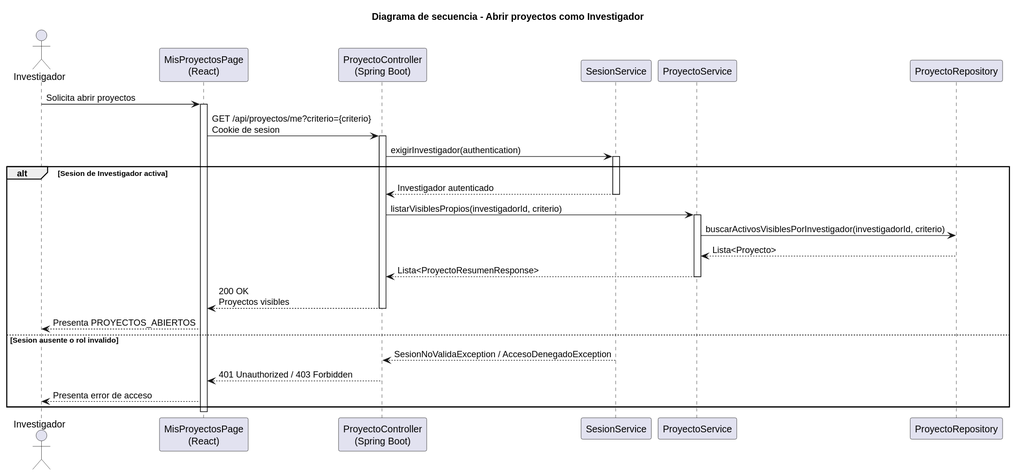
Earlier version of the PlantUML export images/RUP/02-diseño/casos-uso/investigador/abrirProyectos/secuencia.svg (beatriizorozco/25-26-idsw2-sdVC).
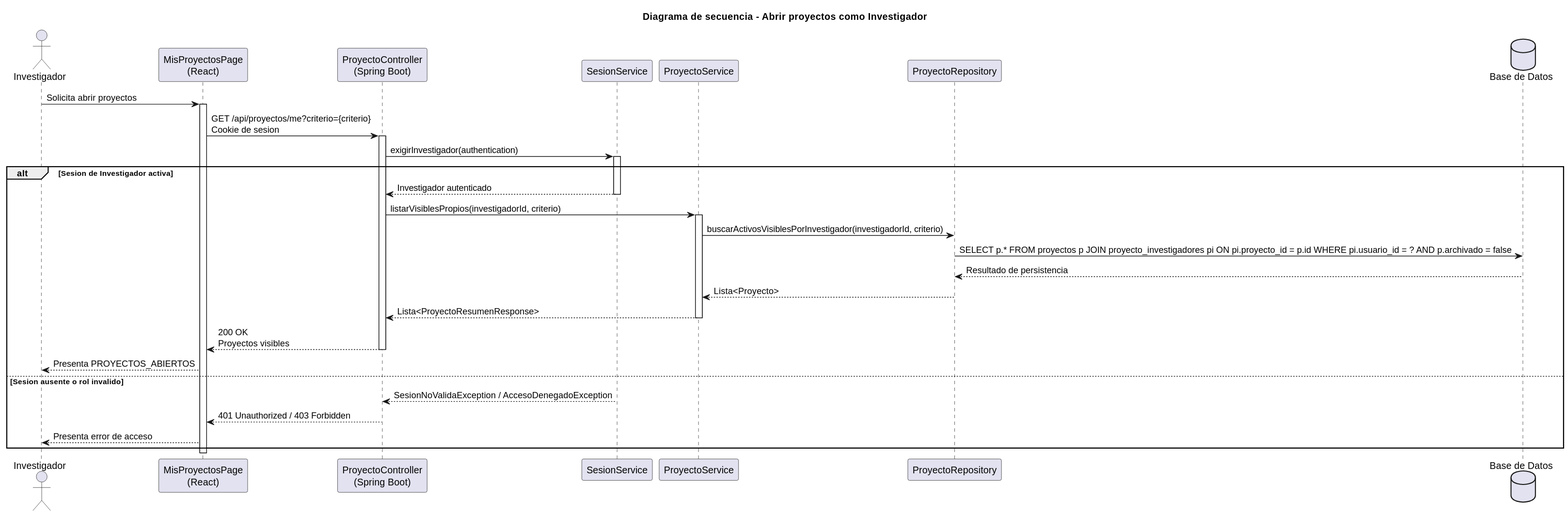
The same file after the commit.

The edit, as a diff of the source:
```diff
@@ -7,6 +7,7 @@
 participant "SesionService" as Sesion
 participant "ProyectoService" as Service
 participant "ProyectoRepository" as Repo
+database "Base de Datos" as DB
 
 Investigador -> Frontend: Solicita abrir proyectos
 activate Frontend
@@ -20,6 +21,8 @@
     Api -> Service: listarVisiblesPropios(investigadorId, criterio)
     activate Service
     Service -> Repo: buscarActivosVisiblesPorInvestigador(investigadorId, criterio)
+    Repo -> DB: SELECT p.* FROM proyectos p JOIN proyecto_investigadores pi ON pi.proyecto_id = p.id WHERE pi.usuario_id = ? AND p.archivado = false
+    DB --> Repo: Resultado de persistencia
     Repo --> Service: Lista<Proyecto>
     Service --> Api: Lista<ProyectoResumenResponse>
     deactivate Service
```
